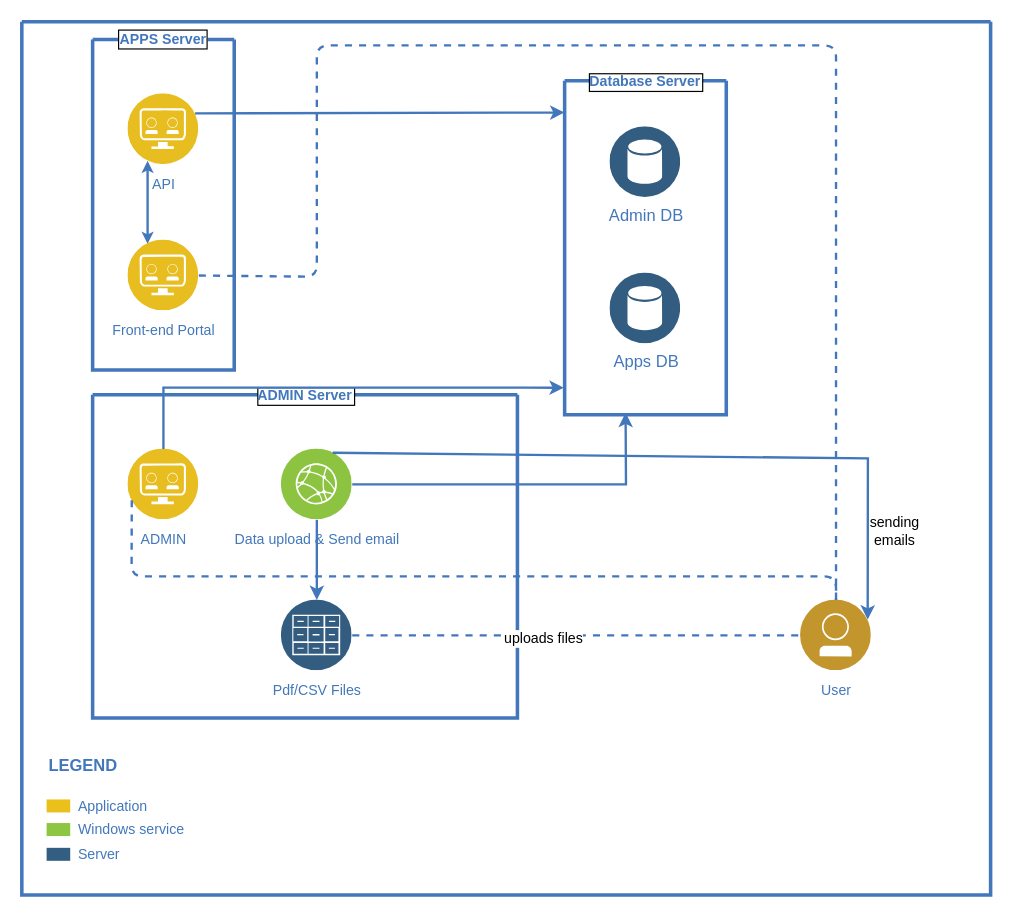
Before: ArchitectureOverview.drawio in quantranld/books-list, a draw.io diagram. Source tidied: cells renumbered, new cells numbered last; positions are measured from the earlier drawing's top-left corner, leaving out a move shared by most shapes. Both pictures are drawn from the tidied source at 118%, with x=0, y=0 at pixel (21, 21).
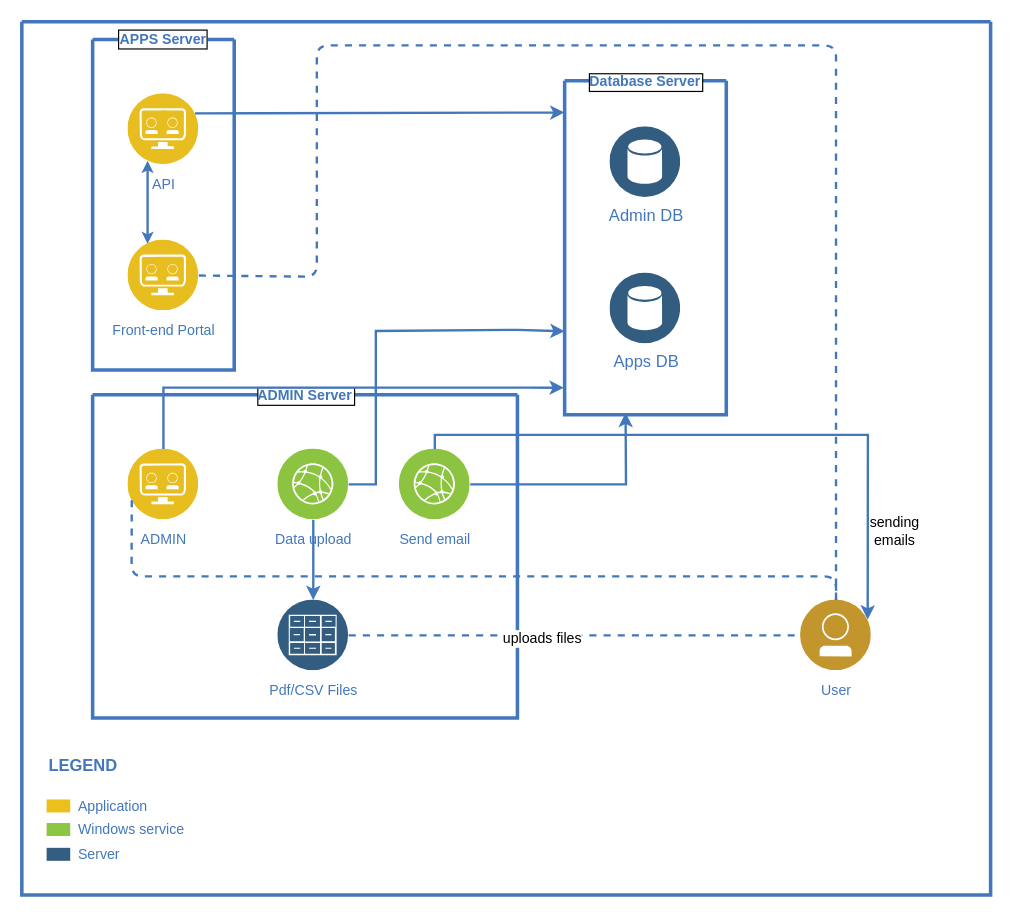
The same diagram, later.

The change refers to these unchanged cells:
```xml
<mxCell id="2" style="swimlane;shadow=0;strokeColor=#4277BB;fillColor=#ffffff;fontColor=#4277BB;align=right;startSize=0;strokeWidth=3;" parent="1" vertex="1">
  <mxGeometry width="821" height="740" as="geometry" />
</mxCell>
<mxCell id="11" value="Database Server" style="swimlane;shadow=0;strokeColor=#4277BB;fillColor=#ffffff;fontColor=#4277BB;align=center;startSize=0;strokeWidth=3;labelBackgroundColor=#ffffff;labelBorderColor=#000000;" parent="2" vertex="1">
  <mxGeometry x="460" y="50" width="137" height="283" as="geometry" />
</mxCell>
<mxCell id="14" value="ADMIN Server" style="swimlane;shadow=0;strokeColor=#4277BB;fillColor=#ffffff;fontColor=#4277BB;align=center;startSize=0;strokeWidth=3;labelBackgroundColor=#ffffff;labelBorderColor=#000000;" parent="2" vertex="1">
  <mxGeometry x="60" y="316" width="360" height="274" as="geometry" />
</mxCell>
<mxCell id="22" value="User" style="perimeter=ellipsePerimeter;html=1;align=center;shadow=0;dashed=0;fontColor=#4277BB;labelBackgroundColor=#ffffff;fontSize=12;spacingTop=3;image;image=img/lib/ibm/users/user.svg;" parent="2" vertex="1">
  <mxGeometry x="660" y="490" width="60" height="60" as="geometry" />
</mxCell>
```

Diff of the diagram source:
```diff
@@
-    <mxCell id="16" value="&lt;span&gt;Data upload &amp;amp; Send email&lt;/span&gt;" style="perimeter=ellipsePerimeter;html=1;align=center;shadow=0;dashed=0;fontColor=#4277BB;labelBackgroundColor=#ffffff;fontSize=12;spacingTop=3;image;image=img/lib/ibm/infrastructure/edge_services.svg;" parent="14" vertex="1">
-      <mxGeometry x="160" y="46" width="60" height="60" as="geometry" />
+    <mxCell id="16" value="&lt;span&gt;Data upload&lt;/span&gt;" style="perimeter=ellipsePerimeter;html=1;align=center;shadow=0;dashed=0;fontColor=#4277BB;labelBackgroundColor=#ffffff;fontSize=12;spacingTop=3;image;image=img/lib/ibm/infrastructure/edge_services.svg;" parent="14" vertex="1">
+      <mxGeometry x="157" y="46" width="60" height="60" as="geometry" />
     </mxCell>
     <mxCell id="17" value="Pdf/CSV Files" style="perimeter=ellipsePerimeter;html=1;align=center;shadow=0;dashed=0;fontColor=#4277BB;labelBackgroundColor=#ffffff;fontSize=12;spacingTop=3;image;image=img/lib/ibm/data/file_repository.svg;" parent="14" vertex="1">
-      <mxGeometry x="160" y="174" width="60" height="60" as="geometry" />
+      <mxGeometry x="157" y="174" width="60" height="60" as="geometry" />
     </mxCell>
@@
+    <mxCell id="29" value="&lt;span&gt;Send email&lt;/span&gt;" style="perimeter=ellipsePerimeter;html=1;align=center;shadow=0;dashed=0;fontColor=#4277BB;labelBackgroundColor=#ffffff;fontSize=12;spacingTop=3;image;image=img/lib/ibm/infrastructure/edge_services.svg;" parent="14" vertex="1">
+      <mxGeometry x="260" y="46" width="60" height="60" as="geometry" />
+    </mxCell>
@@
-    <mxCell id="21" style="endArrow=classic;html=1;strokeColor=#4277BB;exitX=1;exitY=0.5;exitDx=0;exitDy=0;rounded=0;strokeWidth=2;entryX=0.377;entryY=0.994;entryDx=0;entryDy=0;entryPerimeter=0;" parent="2" edge="1" source="16" target="11">
+    <mxCell id="21" style="endArrow=classic;html=1;strokeColor=#4277BB;exitX=1;exitY=0.5;exitDx=0;exitDy=0;rounded=0;strokeWidth=2;entryX=0.377;entryY=0.994;entryDx=0;entryDy=0;entryPerimeter=0;" parent="2" edge="1" source="29" target="11">
       <mxGeometry relative="1" as="geometry">
         <Array as="points">
           <mxPoint x="512" y="392" />
         </Array>
       </mxGeometry>
     </mxCell>
@@
-    <mxCell id="27" style="endArrow=classic;html=1;strokeColor=#4277BB;exitX=0.75;exitY=0;exitDx=0;exitDy=0;rounded=0;strokeWidth=2;entryX=1;entryY=0.25;entryDx=0;entryDy=0;" parent="2" edge="1" source="16" target="22">
+    <mxCell id="27" style="endArrow=classic;html=1;strokeColor=#4277BB;exitX=0.5;exitY=0;exitDx=0;exitDy=0;rounded=0;strokeWidth=2;entryX=1;entryY=0.25;entryDx=0;entryDy=0;" parent="2" edge="1" source="29" target="22">
       <mxGeometry relative="1" as="geometry">
         <Array as="points">
-          <mxPoint x="717" y="370" />
+          <mxPoint x="350" y="350" />
+          <mxPoint x="717" y="350" />
         </Array>
       </mxGeometry>
     </mxCell>
@@
+    <mxCell id="30" style="endArrow=classic;html=1;strokeColor=#4277BB;rounded=0;strokeWidth=2;entryX=0;entryY=0.75;entryDx=0;entryDy=0;exitX=1;exitY=0.5;exitDx=0;exitDy=0;" parent="2" edge="1" source="16" target="11">
+      <mxGeometry relative="1" as="geometry">
+        <Array as="points">
+          <mxPoint x="300" y="392" />
+          <mxPoint x="300" y="300" />
+          <mxPoint x="300" y="262" />
+          <mxPoint x="420" y="261" />
+        </Array>
+      </mxGeometry>
+    </mxCell>
```
